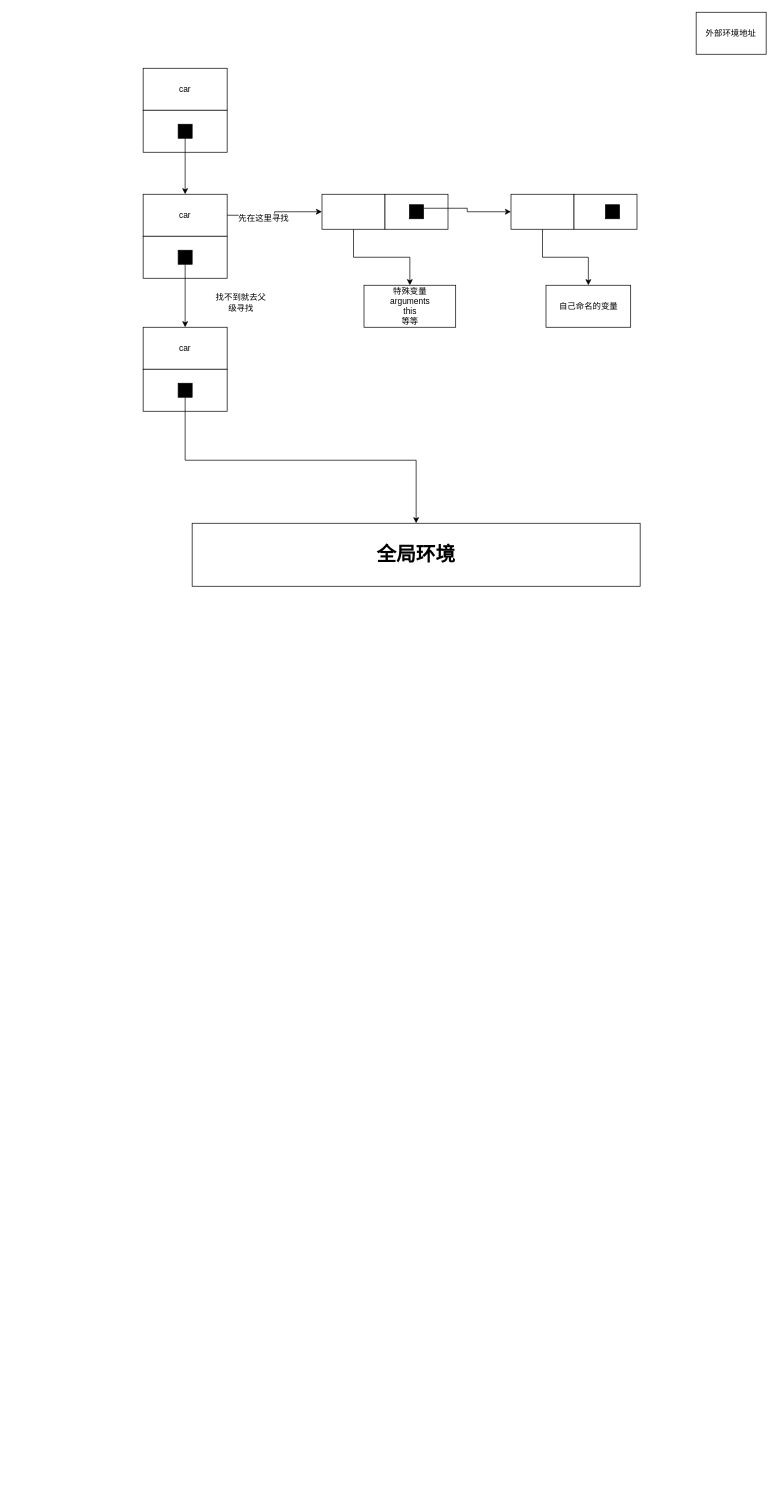
Earlier version of the draw.io diagram src/js_component/frame/env.drawio (panfengde/loveAsBefore_js). Source tidied: cells renumbered, new cells numbered last; positions are measured from the earlier drawing's top-left corner, leaving out a move shared by most shapes. Both pictures are drawn from the tidied source at 70%, with x=0, y=0 at pixel (143, 12).
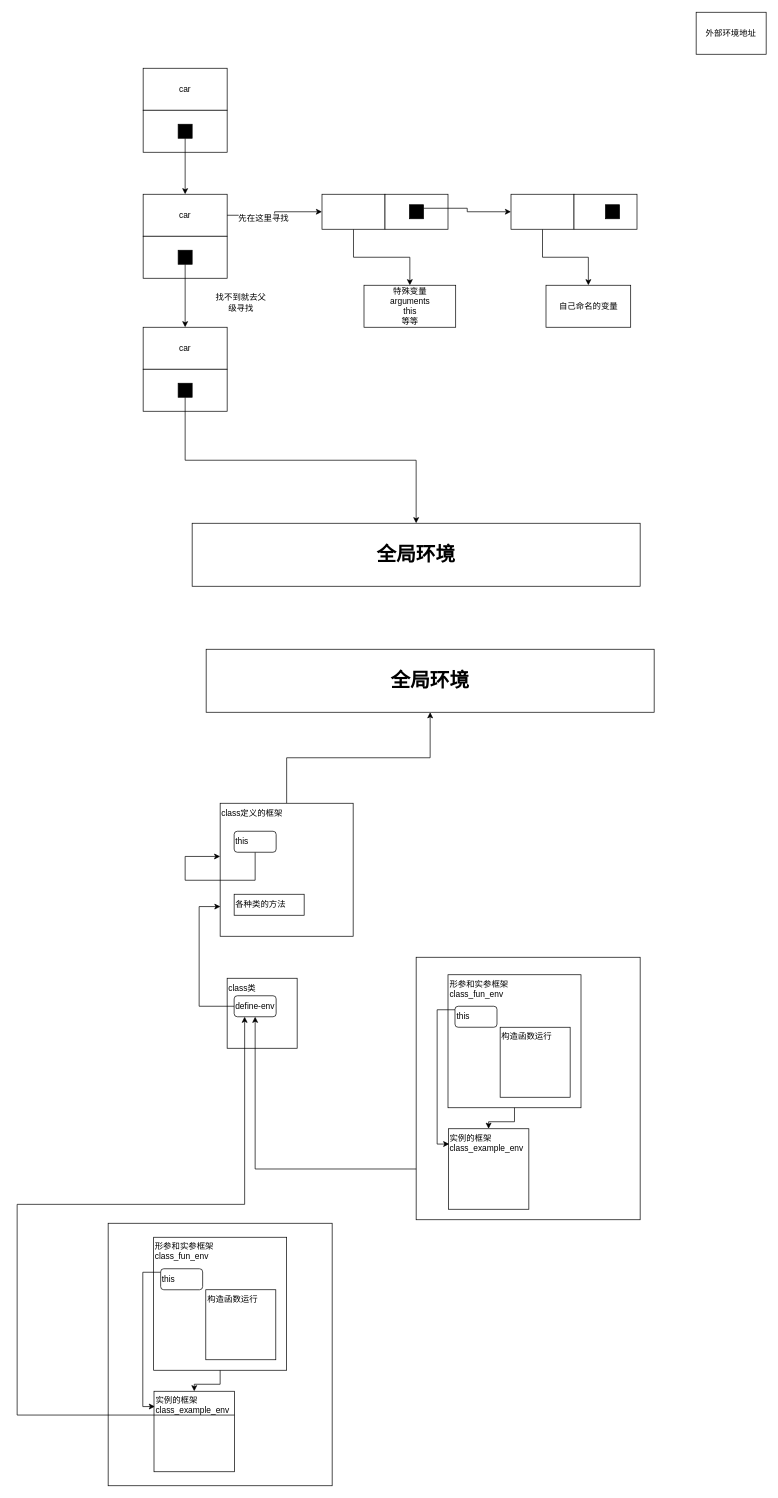
The same diagram, later.

The edit, as a diff of the source:
```diff
@@
+    <mxCell id="43" style="edgeStyle=orthogonalEdgeStyle;rounded=0;jettySize=auto;html=1;entryX=0.5;entryY=1;entryDx=0;entryDy=0;" parent="1" edge="1" source="44" target="45">
+      <mxGeometry relative="1" as="geometry" />
+    </mxCell>
+    <mxCell id="44" value="class定义的框架" style="whiteSpace=wrap;html=1;align=left;verticalAlign=top;" parent="1" vertex="1">
+      <mxGeometry x="110" y="1130" width="190" height="190" as="geometry" />
+    </mxCell>
+    <mxCell id="45" value="&lt;font style=&quot;font-size: 28px&quot;&gt;&lt;b&gt;全局环境&lt;/b&gt;&lt;/font&gt;" style="rounded=0;whiteSpace=wrap;html=1;fillColor=#FFFFFF;" parent="1" vertex="1">
+      <mxGeometry x="90" y="910" width="640" height="90" as="geometry" />
+    </mxCell>
+    <mxCell id="46" style="edgeStyle=orthogonalEdgeStyle;rounded=0;jettySize=auto;html=1;" parent="1" edge="1" source="47">
+      <mxGeometry relative="1" as="geometry">
+        <mxPoint x="110" y="1206" as="targetPoint" />
+        <Array as="points">
+          <mxPoint x="160" y="1240" />
+          <mxPoint x="60" y="1240" />
+          <mxPoint x="60" y="1206" />
+          <mxPoint x="110" y="1206" />
+        </Array>
+      </mxGeometry>
+    </mxCell>
+    <mxCell id="47" value="this" style="rounded=1;whiteSpace=wrap;html=1;align=left;" parent="1" vertex="1">
+      <mxGeometry x="130" y="1170" width="60" height="30" as="geometry" />
+    </mxCell>
+    <mxCell id="48" value="各种类的方法" style="rounded=0;whiteSpace=wrap;html=1;align=left;" parent="1" vertex="1">
+      <mxGeometry x="130" y="1260" width="100" height="30" as="geometry" />
+    </mxCell>
+    <mxCell id="49" value="class类&lt;br&gt;&lt;br&gt;" style="whiteSpace=wrap;html=1;align=left;verticalAlign=top;" parent="1" vertex="1">
+      <mxGeometry x="120" y="1380" width="100" height="100" as="geometry" />
+    </mxCell>
+    <mxCell id="50" style="edgeStyle=orthogonalEdgeStyle;rounded=0;jettySize=auto;html=1;entryX=0.002;entryY=0.777;entryDx=0;entryDy=0;entryPerimeter=0;" parent="1" edge="1" source="51" target="44">
+      <mxGeometry relative="1" as="geometry">
+        <Array as="points">
+          <mxPoint x="80" y="1420" />
+          <mxPoint x="80" y="1278" />
+        </Array>
+      </mxGeometry>
+    </mxCell>
+    <mxCell id="51" value="define-env" style="rounded=1;whiteSpace=wrap;html=1;align=left;" parent="1" vertex="1">
+      <mxGeometry x="130" y="1405" width="60" height="30" as="geometry" />
+    </mxCell>
+    <mxCell id="52" style="edgeStyle=orthogonalEdgeStyle;rounded=0;jettySize=auto;html=1;" parent="1" edge="1" source="57" target="51">
+      <mxGeometry relative="1" as="geometry" />
+    </mxCell>
+    <mxCell id="53" style="group;" parent="1" vertex="1">
+      <mxGeometry x="390" y="1350" width="320" height="375" as="geometry" />
+    </mxCell>
+    <mxCell id="54" style="rounded=0;whiteSpace=wrap;html=1;align=left;" parent="53" vertex="1">
+      <mxGeometry width="320" height="375" as="geometry" />
+    </mxCell>
+    <mxCell id="55" value="形参和实参框架&lt;br&gt;class_fun_env" style="whiteSpace=wrap;html=1;align=left;verticalAlign=top;" parent="53" vertex="1">
+      <mxGeometry x="45.5" y="25" width="190" height="190" as="geometry" />
+    </mxCell>
+    <mxCell id="56" value="构造函数运行" style="whiteSpace=wrap;html=1;align=left;verticalAlign=top;" parent="53" vertex="1">
+      <mxGeometry x="120" y="100" width="100" height="100" as="geometry" />
+    </mxCell>
+    <mxCell id="57" value="实例的框架&lt;br&gt;class_example_env&lt;br&gt;" style="whiteSpace=wrap;html=1;align=left;verticalAlign=top;" parent="53" vertex="1">
+      <mxGeometry x="46" y="245" width="115" height="115" as="geometry" />
+    </mxCell>
+    <mxCell id="58" style="edgeStyle=orthogonalEdgeStyle;rounded=0;jettySize=auto;html=1;exitX=0.5;exitY=1;exitDx=0;exitDy=0;entryX=0.5;entryY=0;entryDx=0;entryDy=0;" parent="53" edge="1" source="55" target="57">
+      <mxGeometry relative="1" as="geometry" />
+    </mxCell>
+    <mxCell id="59" style="edgeStyle=orthogonalEdgeStyle;rounded=0;jettySize=auto;html=1;entryX=0.011;entryY=0.19;entryDx=0;entryDy=0;entryPerimeter=0;" parent="53" edge="1" source="60" target="57">
+      <mxGeometry relative="1" as="geometry">
+        <Array as="points">
+          <mxPoint x="30" y="75" />
+          <mxPoint x="30" y="267" />
+        </Array>
+      </mxGeometry>
+    </mxCell>
+    <mxCell id="60" value="this" style="rounded=1;whiteSpace=wrap;html=1;align=left;" parent="53" vertex="1">
+      <mxGeometry x="55.5" y="70" width="60" height="30" as="geometry" />
+    </mxCell>
+    <mxCell id="61" style="group;" parent="1" vertex="1">
+      <mxGeometry x="-50" y="1730" width="320" height="375" as="geometry" />
+    </mxCell>
+    <mxCell id="62" style="rounded=0;whiteSpace=wrap;html=1;align=left;" parent="61" vertex="1">
+      <mxGeometry width="320" height="375" as="geometry" />
+    </mxCell>
+    <mxCell id="63" value="形参和实参框架&lt;br&gt;class_fun_env" style="whiteSpace=wrap;html=1;align=left;verticalAlign=top;" parent="61" vertex="1">
+      <mxGeometry x="65" y="20" width="190" height="190" as="geometry" />
+    </mxCell>
+    <mxCell id="64" value="构造函数运行" style="whiteSpace=wrap;html=1;align=left;verticalAlign=top;" parent="61" vertex="1">
+      <mxGeometry x="139.5" y="95" width="100" height="100" as="geometry" />
+    </mxCell>
+    <mxCell id="65" value="实例的框架&lt;br&gt;class_example_env&lt;br&gt;" style="whiteSpace=wrap;html=1;align=left;verticalAlign=top;" parent="61" vertex="1">
+      <mxGeometry x="65.5" y="240" width="115" height="115" as="geometry" />
+    </mxCell>
+    <mxCell id="66" style="edgeStyle=orthogonalEdgeStyle;rounded=0;jettySize=auto;html=1;exitX=0.5;exitY=1;exitDx=0;exitDy=0;" parent="61" edge="1" source="63" target="65">
+      <mxGeometry relative="1" as="geometry" />
+    </mxCell>
+    <mxCell id="67" style="edgeStyle=orthogonalEdgeStyle;rounded=0;jettySize=auto;html=1;entryX=0.011;entryY=0.19;entryDx=0;entryDy=0;entryPerimeter=0;" parent="61" edge="1" source="68" target="65">
+      <mxGeometry relative="1" as="geometry">
+        <Array as="points">
+          <mxPoint x="49.5" y="70" />
+          <mxPoint x="49.5" y="262" />
+        </Array>
+      </mxGeometry>
+    </mxCell>
+    <mxCell id="68" value="this" style="rounded=1;whiteSpace=wrap;html=1;align=left;" parent="61" vertex="1">
+      <mxGeometry x="75" y="65" width="60" height="30" as="geometry" />
+    </mxCell>
+    <mxCell id="69" style="edgeStyle=orthogonalEdgeStyle;rounded=0;jettySize=auto;html=1;exitX=0.999;exitY=0.296;exitDx=0;exitDy=0;entryX=0.25;entryY=1;entryDx=0;entryDy=0;exitPerimeter=0;" parent="1" edge="1" source="65" target="51">
+      <mxGeometry relative="1" as="geometry">
+        <Array as="points">
+          <mxPoint x="-180" y="2004" />
+          <mxPoint x="-180" y="1703" />
+          <mxPoint x="145" y="1703" />
+        </Array>
+      </mxGeometry>
+    </mxCell>
```
